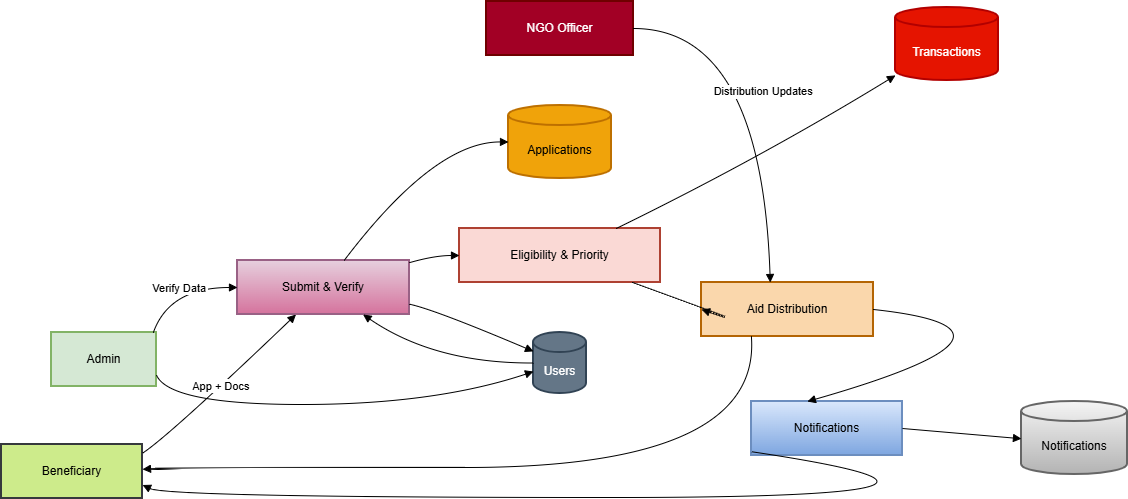
AfifaRahman-Mahira/Subsidy-Distribution-System keeps this draw.io diagram as diagrams/dfd1.drawio (1).png. Above is the earlier version. Source tidied: cells renumbered, new cells last; positions are measured from the earlier drawing's top-left corner, leaving out a move shared by most shapes.
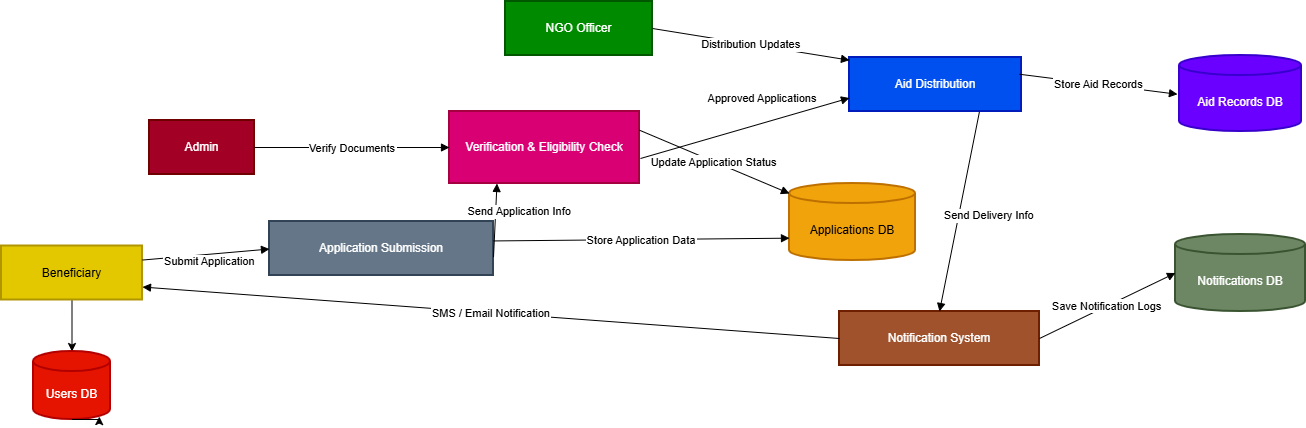
Above is the later version.

Diff of the diagram source:
```diff
@@ -2,135 +2,83 @@
   <root>
     <mxCell id="0" />
     <mxCell id="1" parent="0" />
+    <mxCell id="27" style="edgeStyle=orthogonalEdgeStyle;rounded=0;jettySize=auto;html=1;" parent="1" edge="1" source="2" target="31">
+      <mxGeometry relative="1" as="geometry" />
+    </mxCell>
-    <mxCell id="2" value="Beneficiary" style="whiteSpace=wrap;strokeWidth=2;fillColor=#cdeb8b;strokeColor=#36393d;" parent="1" vertex="1">
-      <mxGeometry y="443" width="141" height="54" as="geometry" />
+    <mxCell id="2" value="Beneficiary" style="whiteSpace=wrap;strokeWidth=2;fillColor=#e3c800;fontColor=#000000;strokeColor=#B09500;" parent="1" vertex="1">
+      <mxGeometry x="-708" y="-265.5" width="141" height="54" as="geometry" />
     </mxCell>
-    <mxCell id="3" value="Admin" style="whiteSpace=wrap;strokeWidth=2;fillColor=#d5e8d4;strokeColor=#82b366;" parent="1" vertex="1">
-      <mxGeometry x="50" y="331" width="105" height="54" as="geometry" />
+    <mxCell id="3" value="Admin" style="whiteSpace=wrap;strokeWidth=2;fillColor=#a20025;fontColor=#ffffff;strokeColor=#6F0000;" parent="1" vertex="1">
+      <mxGeometry x="-560" y="-391" width="105" height="54" as="geometry" />
     </mxCell>
-    <mxCell id="4" value="NGO Officer" style="whiteSpace=wrap;strokeWidth=2;fillColor=#a20025;fontColor=#ffffff;strokeColor=#6F0000;" parent="1" vertex="1">
-      <mxGeometry x="485" width="147" height="54" as="geometry" />
+    <mxCell id="4" value="NGO Officer" style="whiteSpace=wrap;strokeWidth=2;fillColor=#008a00;fontColor=#ffffff;strokeColor=#005700;" parent="1" vertex="1">
+      <mxGeometry x="-204" y="-510" width="147" height="54" as="geometry" />
     </mxCell>
-    <mxCell id="5" value="Submit &amp; Verify" style="whiteSpace=wrap;strokeWidth=2;fillColor=#e6d0de;gradientColor=#d5739d;strokeColor=#996185;" parent="1" vertex="1">
-      <mxGeometry x="236" y="259" width="172" height="54" as="geometry" />
-    </mxCell>
-    <mxCell id="6" value="Eligibility &amp; Priority" style="whiteSpace=wrap;strokeWidth=2;fillColor=#fad9d5;strokeColor=#ae4132;" parent="1" vertex="1">
-      <mxGeometry x="458" y="227" width="201" height="54" as="geometry" />
-    </mxCell>
+    <mxCell id="28" value="Application Submission" style="whiteSpace=wrap;strokeWidth=2;fillColor=#647687;fontColor=#ffffff;strokeColor=#314354;" parent="1" vertex="1">
+      <mxGeometry x="-440" y="-290" width="224" height="54" as="geometry" />
+    </mxCell>
+    <mxCell id="29" value="Verification &amp; Eligibility Check" style="whiteSpace=wrap;strokeWidth=2;fillColor=#d80073;fontColor=#ffffff;strokeColor=#A50040;" parent="1" vertex="1">
+      <mxGeometry x="-260" y="-400" width="190" height="72" as="geometry" />
+    </mxCell>
-    <mxCell id="7" value="Aid Distribution" style="whiteSpace=wrap;strokeWidth=2;fillColor=#fad7ac;strokeColor=#b46504;" parent="1" vertex="1">
-      <mxGeometry x="700" y="281" width="172" height="54" as="geometry" />
+    <mxCell id="7" value="Aid Distribution" style="whiteSpace=wrap;strokeWidth=2;fillColor=#0050ef;fontColor=#ffffff;strokeColor=#001DBC;" parent="1" vertex="1">
+      <mxGeometry x="140" y="-454" width="172" height="54" as="geometry" />
     </mxCell>
-    <mxCell id="8" value="Notifications" style="whiteSpace=wrap;strokeWidth=2;fillColor=#dae8fc;gradientColor=#7ea6e0;strokeColor=#6c8ebf;" parent="1" vertex="1">
-      <mxGeometry x="750" y="400" width="151" height="54" as="geometry" />
-    </mxCell>
-    <mxCell id="9" value="Users" style="shape=cylinder3;boundedLbl=1;backgroundOutline=1;size=10;strokeWidth=2;whiteSpace=wrap;fillColor=#647687;fontColor=#ffffff;strokeColor=#314354;" parent="1" vertex="1">
-      <mxGeometry x="532" y="331" width="53" height="61" as="geometry" />
-    </mxCell>
-    <mxCell id="10" value="Applications" style="shape=cylinder3;boundedLbl=1;backgroundOutline=1;size=10;strokeWidth=2;whiteSpace=wrap;fillColor=#f0a30a;fontColor=#000000;strokeColor=#BD7000;" parent="1" vertex="1">
-      <mxGeometry x="507" y="104" width="103" height="73" as="geometry" />
-    </mxCell>
-    <mxCell id="11" value="Transactions" style="shape=cylinder3;boundedLbl=1;backgroundOutline=1;size=10;strokeWidth=2;whiteSpace=wrap;fillColor=#e51400;fontColor=#ffffff;strokeColor=#B20000;" parent="1" vertex="1">
-      <mxGeometry x="894" y="6" width="103" height="73" as="geometry" />
-    </mxCell>
-    <mxCell id="12" value="Notifications" style="shape=cylinder3;boundedLbl=1;backgroundOutline=1;size=10;strokeWidth=2;whiteSpace=wrap;fillColor=#f5f5f5;gradientColor=#b3b3b3;strokeColor=#666666;" parent="1" vertex="1">
-      <mxGeometry x="1020" y="400" width="106" height="73" as="geometry" />
-    </mxCell>
-    <mxCell id="13" value="App + Docs" style="curved=1;startArrow=none;endArrow=block;exitX=1;exitY=0.16;entryX=0.34;entryY=1;rounded=0;" parent="1" edge="1" source="2" target="5">
-      <mxGeometry relative="1" as="geometry">
-        <Array as="points">
-          <mxPoint x="168" y="434" />
-        </Array>
-      </mxGeometry>
-    </mxCell>
-    <mxCell id="14" style="curved=1;startArrow=none;endArrow=block;exitX=0.62;exitY=0;entryX=0;entryY=0.5;rounded=0;" parent="1" edge="1" source="5" target="10">
-      <mxGeometry relative="1" as="geometry">
-        <Array as="points">
-          <mxPoint x="433" y="140" />
-        </Array>
-      </mxGeometry>
-    </mxCell>
-    <mxCell id="15" style="curved=1;startArrow=none;endArrow=block;exitX=1;exitY=0.04;entryX=0;entryY=0.5;rounded=0;" parent="1" edge="1" source="5" target="6">
-      <mxGeometry relative="1" as="geometry">
-        <Array as="points">
-          <mxPoint x="433" y="254" />
-        </Array>
-      </mxGeometry>
-    </mxCell>
-    <mxCell id="16" style="curved=1;startArrow=none;endArrow=block;exitX=1;exitY=0.81;entryX=0;entryY=0.31;rounded=0;" parent="1" edge="1" source="5" target="9">
-      <mxGeometry relative="1" as="geometry">
-        <Array as="points">
-          <mxPoint x="433" y="308" />
-        </Array>
-      </mxGeometry>
-    </mxCell>
-    <mxCell id="17" style="curved=1;startArrow=none;endArrow=block;exitX=0;exitY=0.5;entryX=0.73;entryY=1;rounded=0;" parent="1" edge="1" source="9" target="5">
-      <mxGeometry relative="1" as="geometry">
-        <Array as="points">
-          <mxPoint x="433" y="362" />
-        </Array>
-      </mxGeometry>
-    </mxCell>
-    <mxCell id="18" style="curved=1;startArrow=none;endArrow=block;exitX=0.78;exitY=0;entryX=0;entryY=0.93;rounded=0;" parent="1" edge="1" source="6" target="11">
-      <mxGeometry relative="1" as="geometry">
-        <Array as="points">
-          <mxPoint x="760" y="156" />
-        </Array>
-      </mxGeometry>
-    </mxCell>
-    <mxCell id="19" style="curved=1;startArrow=none;endArrow=block;exitX=0.86;exitY=1;entryX=0;entryY=0.5;rounded=0;" parent="1" edge="1" source="6" target="7">
-      <mxGeometry relative="1" as="geometry">
-        <Array as="points">
-          <mxPoint x="760" y="328" />
-        </Array>
-      </mxGeometry>
-    </mxCell>
-    <mxCell id="20" style="curved=1;startArrow=none;endArrow=block;exitX=0.29;exitY=1;entryX=1;entryY=0.46;rounded=0;" parent="1" edge="1" source="7" target="2">
-      <mxGeometry relative="1" as="geometry">
-        <Array as="points">
-          <mxPoint x="760" y="466" />
-          <mxPoint x="168" y="466" />
-        </Array>
-      </mxGeometry>
-    </mxCell>
-    <mxCell id="21" style="curved=1;startArrow=none;endArrow=block;exitX=1;exitY=0.5;entryX=0.37;entryY=0;rounded=0;" parent="1" edge="1" source="7" target="8">
-      <mxGeometry relative="1" as="geometry">
-        <Array as="points">
-          <mxPoint x="1057" y="328" />
-        </Array>
-      </mxGeometry>
-    </mxCell>
-    <mxCell id="22" style="curved=1;startArrow=none;endArrow=block;exitX=0;exitY=0.93;entryX=1;entryY=0.75;rounded=0;" parent="1" edge="1" source="8" target="2">
-      <mxGeometry relative="1" as="geometry">
-        <Array as="points">
-          <mxPoint x="1057" y="496" />
-          <mxPoint x="168" y="496" />
-        </Array>
-      </mxGeometry>
-    </mxCell>
-    <mxCell id="23" value="Verify Data" style="curved=1;startArrow=none;endArrow=block;exitX=0.97;exitY=0;entryX=0;entryY=0.5;rounded=0;" parent="1" edge="1" source="3" target="5">
-      <mxGeometry relative="1" as="geometry">
-        <Array as="points">
-          <mxPoint x="168" y="286" />
-        </Array>
-      </mxGeometry>
-    </mxCell>
-    <mxCell id="24" style="curved=1;startArrow=none;endArrow=block;exitX=1;exitY=0.79;entryX=0;entryY=0.64;rounded=0;" parent="1" edge="1" source="3" target="9">
-      <mxGeometry relative="1" as="geometry">
-        <Array as="points">
-          <mxPoint x="168" y="403" />
-          <mxPoint x="433" y="403" />
-        </Array>
-      </mxGeometry>
-    </mxCell>
+    <mxCell id="30" value="Notification System" style="whiteSpace=wrap;strokeWidth=2;fillColor=#a0522d;fontColor=#ffffff;strokeColor=#6D1F00;" parent="1" vertex="1">
+      <mxGeometry x="130" y="-200" width="200" height="54" as="geometry" />
+    </mxCell>
+    <mxCell id="31" value="Users DB" style="shape=cylinder3;boundedLbl=1;backgroundOutline=1;size=10;strokeWidth=2;whiteSpace=wrap;fillColor=#e51400;fontColor=#ffffff;strokeColor=#B20000;" parent="1" vertex="1">
+      <mxGeometry x="-676" y="-160" width="77" height="68" as="geometry" />
+    </mxCell>
+    <mxCell id="32" value="Applications DB" style="shape=cylinder3;boundedLbl=1;backgroundOutline=1;size=10;strokeWidth=2;whiteSpace=wrap;fillColor=#f0a30a;fontColor=#000000;strokeColor=#BD7000;" parent="1" vertex="1">
+      <mxGeometry x="80" y="-328" width="126" height="77" as="geometry" />
+    </mxCell>
+    <mxCell id="33" value="Aid Records DB" style="shape=cylinder3;boundedLbl=1;backgroundOutline=1;size=10;strokeWidth=2;whiteSpace=wrap;fillColor=#6a00ff;fontColor=#ffffff;strokeColor=#3700CC;" parent="1" vertex="1">
+      <mxGeometry x="470" y="-456" width="122" height="76" as="geometry" />
+    </mxCell>
+    <mxCell id="34" value="Notifications DB" style="shape=cylinder3;boundedLbl=1;backgroundOutline=1;size=10;strokeWidth=2;whiteSpace=wrap;fillColor=#6d8764;fontColor=#ffffff;strokeColor=#3A5431;" parent="1" vertex="1">
+      <mxGeometry x="466" y="-277" width="130" height="77" as="geometry" />
+    </mxCell>
+    <mxCell id="35" value="Submit Application" style="startArrow=none;endArrow=block;exitX=1;exitY=0.26;entryX=0;entryY=0.51;rounded=0;" parent="1" edge="1" source="2" target="28">
+      <mxGeometry x="0.05" y="-7" relative="1" as="geometry" />
+    </mxCell>
+    <mxCell id="36" value="Store Application Data" style="startArrow=none;endArrow=block;exitX=1;exitY=0.36;entryX=0;entryY=0.71;rounded=0;" parent="1" edge="1" source="28" target="32">
+      <mxGeometry relative="1" as="geometry" />
+    </mxCell>
+    <mxCell id="37" value="Verify Documents" style="curved=1;startArrow=none;endArrow=block;exitX=1;exitY=0.5;entryX=0;entryY=0.5;rounded=0;" parent="1" edge="1" source="3" target="29">
+      <mxGeometry relative="1" as="geometry" />
+    </mxCell>
+    <mxCell id="38" value="Send Application Info" style="startArrow=none;endArrow=block;exitX=1;exitY=0.66;entryX=0.25;entryY=1;rounded=0;" parent="1" edge="1" source="28" target="29">
+      <mxGeometry x="0.27" y="-24" relative="1" as="geometry" />
+    </mxCell>
+    <mxCell id="39" value="Update Application Status" style="startArrow=none;endArrow=block;exitX=1;exitY=0.26;entryX=0;entryY=0.13;rounded=0;" parent="1" edge="1" source="29" target="32">
+      <mxGeometry relative="1" as="geometry" />
+    </mxCell>
+    <mxCell id="40" value="Approved Applications" style="startArrow=none;endArrow=block;exitX=1.005;exitY=0.653;rounded=0;exitDx=0;exitDy=0;exitPerimeter=0;entryX=0;entryY=0.75;entryDx=0;entryDy=0;" parent="1" edge="1" source="29" target="7">
+      <mxGeometry x="0.23" y="24" relative="1" as="geometry" />
+    </mxCell>
-    <mxCell id="25" value="Distribution Updates" style="curved=1;startArrow=none;endArrow=block;exitX=1;exitY=0.5;entryX=0.4;entryY=0;rounded=0;" parent="1" edge="1" source="4" target="7">
-      <mxGeometry relative="1" as="geometry">
-        <Array as="points">
-          <mxPoint x="760" y="27" />
-        </Array>
-      </mxGeometry>
+    <mxCell id="25" value="Distribution Updates" style="startArrow=none;endArrow=block;exitX=1;exitY=0.5;entryX=0;entryY=0.05;rounded=0;" parent="1" edge="1" source="4" target="7">
+      <mxGeometry relative="1" as="geometry" />
     </mxCell>
-    <mxCell id="26" style="curved=1;startArrow=none;endArrow=block;exitX=1;exitY=0.5;entryX=0;entryY=0.51;rounded=0;" parent="1" edge="1" source="8" target="12">
-      <mxGeometry relative="1" as="geometry" />
-    </mxCell>
+    <mxCell id="41" value="Store Aid Records" style="startArrow=none;endArrow=block;exitX=1;exitY=0.31;entryX=0;entryY=0.51;rounded=0;" parent="1" edge="1">
+      <mxGeometry relative="1" as="geometry">
+        <mxPoint x="310" y="-437.3" as="sourcePoint" />
+        <mxPoint x="468" y="-417.2" as="targetPoint" />
+      </mxGeometry>
+    </mxCell>
+    <mxCell id="42" value="Send Delivery Info" style="startArrow=none;endArrow=block;entryX=0.25;entryY=0;rounded=0;" parent="1" edge="1">
+      <mxGeometry x="-0.02" y="30" relative="1" as="geometry">
+        <mxPoint x="270" y="-400" as="sourcePoint" />
+        <mxPoint x="230" y="-200" as="targetPoint" />
+      </mxGeometry>
+    </mxCell>
+    <mxCell id="43" value="SMS / Email Notification" style="startArrow=none;endArrow=block;entryX=1;entryY=0.76;rounded=0;exitX=0;exitY=0.5;exitDx=0;exitDy=0;" parent="1" edge="1" source="30" target="2">
+      <mxGeometry relative="1" as="geometry" />
+    </mxCell>
+    <mxCell id="44" value="Save Notification Logs" style="startArrow=none;endArrow=block;exitX=1;exitY=0.5;entryX=0;entryY=0.5;rounded=0;" parent="1" edge="1" source="30" target="34">
+      <mxGeometry relative="1" as="geometry" />
+    </mxCell>
+    <mxCell id="45" style="edgeStyle=orthogonalEdgeStyle;rounded=0;orthogonalLoop=1;jettySize=auto;html=1;exitX=0.5;exitY=1;exitDx=0;exitDy=0;exitPerimeter=0;entryX=0.855;entryY=1;entryDx=0;entryDy=-2.9;entryPerimeter=0;" parent="1" edge="1" source="31" target="31">
+      <mxGeometry relative="1" as="geometry" />
+    </mxCell>
   </root>
 </mxGraphModel>
```
